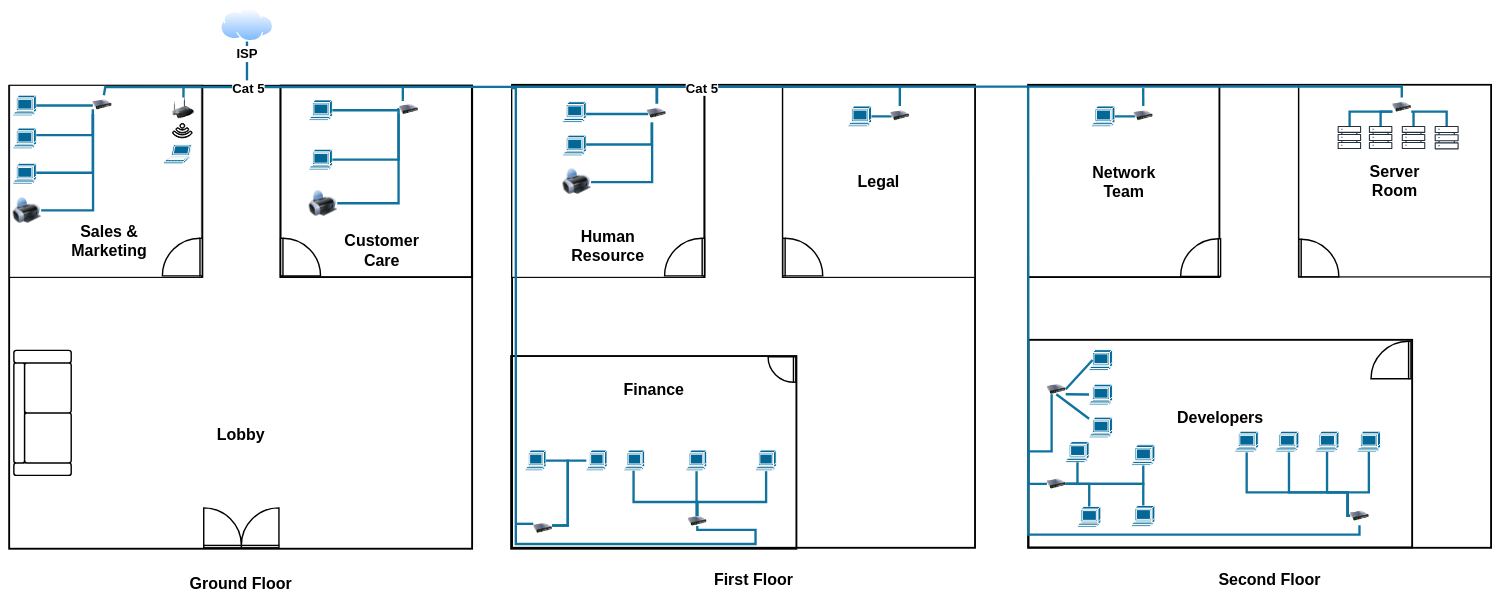
Earlier version of the draw.io diagram floorplan.drawio (mashihimasha/UPW_Diagrams). Source tidied: cells renumbered, new cells numbered last; positions are measured from the earlier drawing's top-left corner, leaving out a move shared by most shapes. Both pictures are drawn from the tidied source at 47%, with x=0, y=0 at pixel (-20, 8).
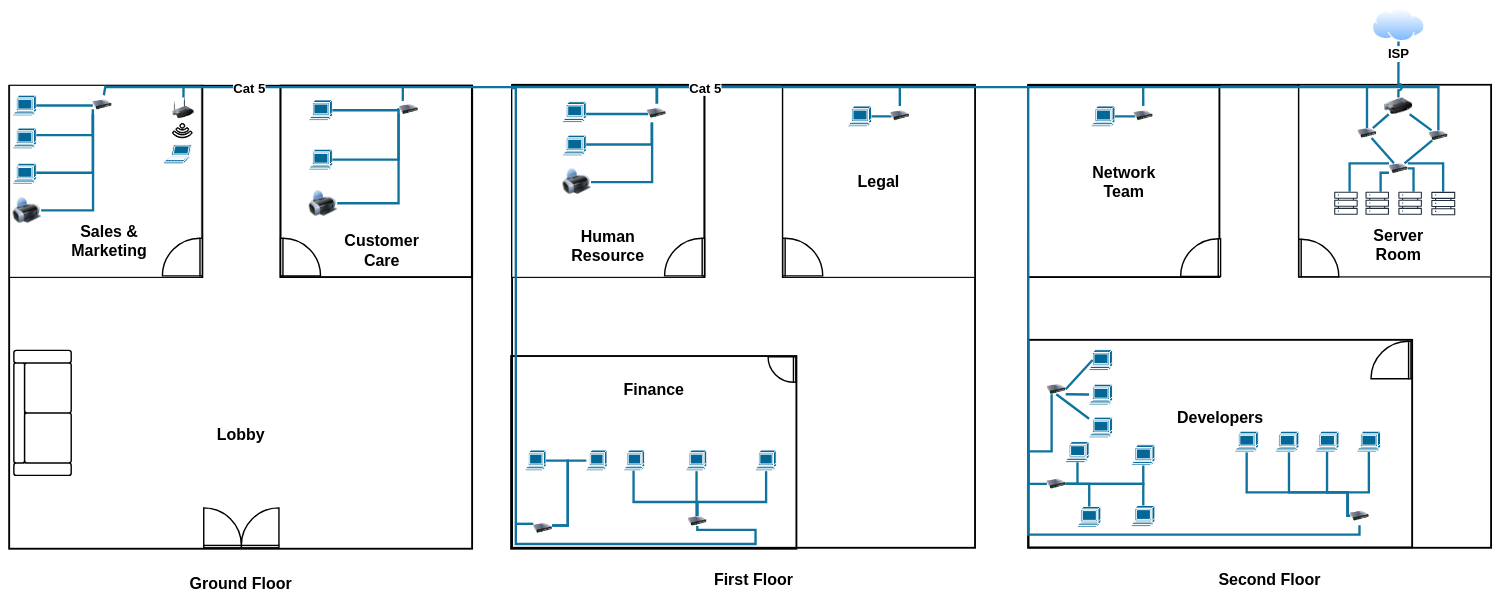
After the change.

Unchanged cells that the change refers to:
```xml
<mxCell id="2" style="whiteSpace=wrap;html=1;strokeWidth=4;" parent="1" vertex="1">
  <mxGeometry x="62" y="165" width="985" height="985" as="geometry" />
</mxCell>
<mxCell id="16" style="whiteSpace=wrap;html=1;" parent="15" vertex="1">
  <mxGeometry width="407" height="407" as="geometry" />
</mxCell>
<mxCell id="77" style="group;strokeColor=default;strokeWidth=4;" parent="1" vertex="1">
  <mxGeometry x="2806" y="164" width="407.5" height="407" as="geometry" />
</mxCell>
<mxCell id="78" style="whiteSpace=wrap;html=1;" parent="77" vertex="1">
  <mxGeometry x="0.5" width="407" height="407" as="geometry" />
</mxCell>
```

What changed in the source:
```diff
@@
     <mxCell id="80" value="&lt;font style=&quot;font-size: 34px;&quot;&gt;&lt;b&gt;Server Room&lt;/b&gt;&lt;/font&gt;" style="text;html=1;align=center;verticalAlign=middle;whiteSpace=wrap;rounded=0;" parent="77" vertex="1">
-      <mxGeometry x="139" y="188.5" width="130" height="30" as="geometry" />
+      <mxGeometry x="146.8" y="325" width="130" height="30" as="geometry" />
     </mxCell>
     <mxCell id="81" style="sketch=0;outlineConnect=0;fontColor=#232F3E;gradientColor=none;fillColor=#232F3D;strokeColor=none;dashed=0;verticalLabelPosition=bottom;verticalAlign=top;align=center;html=1;fontSize=12;fontStyle=0;shape=mxgraph.aws4.servers;" parent="77" vertex="1">
-      <mxGeometry x="82.5" y="86" width="50" height="50" as="geometry" />
+      <mxGeometry x="75.2" y="226" width="50" height="50" as="geometry" />
     </mxCell>
     <mxCell id="82" style="sketch=0;outlineConnect=0;fontColor=#232F3E;gradientColor=none;fillColor=#232F3D;strokeColor=none;dashed=0;verticalLabelPosition=bottom;verticalAlign=top;align=center;html=1;fontSize=12;fontStyle=0;shape=mxgraph.aws4.servers;" parent="77" vertex="1">
-      <mxGeometry x="289" y="86" width="51" height="51" as="geometry" />
+      <mxGeometry x="281.8" y="226" width="51" height="51" as="geometry" />
     </mxCell>
     <mxCell id="83" style="sketch=0;outlineConnect=0;fontColor=#232F3E;gradientColor=none;fillColor=#232F3D;strokeColor=none;dashed=0;verticalLabelPosition=bottom;verticalAlign=top;align=center;html=1;fontSize=12;fontStyle=0;shape=mxgraph.aws4.servers;" parent="77" vertex="1">
-      <mxGeometry x="149" y="86" width="50" height="50" as="geometry" />
+      <mxGeometry x="141.8" y="226" width="50" height="50" as="geometry" />
     </mxCell>
     <mxCell id="84" style="sketch=0;outlineConnect=0;fontColor=#232F3E;gradientColor=none;fillColor=#232F3D;strokeColor=none;dashed=0;verticalLabelPosition=bottom;verticalAlign=top;align=center;html=1;fontSize=12;fontStyle=0;shape=mxgraph.aws4.servers;" parent="77" vertex="1">
-      <mxGeometry x="219" y="86" width="50" height="50" as="geometry" />
+      <mxGeometry x="211.8" y="226" width="50" height="50" as="geometry" />
     </mxCell>
-    <mxCell id="85" style="edgeStyle=orthogonalEdgeStyle;rounded=0;jettySize=auto;html=1;exitX=0.5;exitY=0;exitDx=0;exitDy=0;endArrow=none;endFill=0;strokeWidth=5;fillColor=#b1ddf0;strokeColor=#10739e;" parent="77" edge="1" source="90" target="78">
-      <mxGeometry relative="1" as="geometry">
-        <Array as="points">
-          <mxPoint x="214" y="36" />
-          <mxPoint x="214" y="36" />
-        </Array>
-      </mxGeometry>
-    </mxCell>
     <mxCell id="86" style="edgeStyle=orthogonalEdgeStyle;rounded=0;jettySize=auto;html=1;endArrow=none;endFill=0;strokeWidth=5;fillColor=#b1ddf0;strokeColor=#10739e;" parent="77" edge="1" source="90" target="81">
       <mxGeometry relative="1" as="geometry">
         <Array as="points">
-          <mxPoint x="108" y="56" />
+          <mxPoint x="108" y="166" />
         </Array>
       </mxGeometry>
     </mxCell>
-    <mxCell id="87" style="edgeStyle=orthogonalEdgeStyle;rounded=0;jettySize=auto;html=1;exitX=0;exitY=0.75;exitDx=0;exitDy=0;endArrow=none;endFill=0;strokeWidth=5;fillColor=#b1ddf0;strokeColor=#10739e;" parent="77" edge="1" source="90" target="83">
-      <mxGeometry relative="1" as="geometry" />
+    <mxCell id="87" style="edgeStyle=orthogonalEdgeStyle;rounded=0;jettySize=auto;html=1;endArrow=none;endFill=0;strokeWidth=5;fillColor=#b1ddf0;strokeColor=#10739e;" parent="77" edge="1" source="90" target="83">
+      <mxGeometry relative="1" as="geometry">
+        <Array as="points">
+          <mxPoint x="174" y="186" />
+        </Array>
+      </mxGeometry>
     </mxCell>
-    <mxCell id="88" style="edgeStyle=orthogonalEdgeStyle;rounded=0;jettySize=auto;html=1;endArrow=none;endFill=0;strokeWidth=5;fillColor=#b1ddf0;strokeColor=#10739e;" parent="77" edge="1" target="84">
+    <mxCell id="88" style="edgeStyle=orthogonalEdgeStyle;rounded=0;jettySize=auto;html=1;endArrow=none;endFill=0;strokeWidth=5;fillColor=#b1ddf0;strokeColor=#10739e;" parent="77" edge="1" source="90" target="84">
       <mxGeometry relative="1" as="geometry">
-        <mxPoint x="244" y="56" as="sourcePoint" />
         <Array as="points">
-          <mxPoint x="244" y="66" />
+          <mxPoint x="244" y="177" />
         </Array>
       </mxGeometry>
     </mxCell>
-    <mxCell id="89" style="edgeStyle=orthogonalEdgeStyle;rounded=0;jettySize=auto;html=1;exitX=1;exitY=0.75;exitDx=0;exitDy=0;endArrow=none;endFill=0;strokeWidth=5;fillColor=#b1ddf0;strokeColor=#10739e;" parent="77" edge="1" source="90" target="82">
-      <mxGeometry relative="1" as="geometry" />
+    <mxCell id="89" style="edgeStyle=orthogonalEdgeStyle;rounded=0;jettySize=auto;html=1;endArrow=none;endFill=0;strokeWidth=5;fillColor=#b1ddf0;strokeColor=#10739e;" parent="77" edge="1" source="90" target="82">
+      <mxGeometry relative="1" as="geometry">
+        <Array as="points">
+          <mxPoint x="307" y="166" />
+        </Array>
+      </mxGeometry>
     </mxCell>
-    <mxCell id="90" style="image;html=1;image=img/lib/clip_art/networking/Switch_128x128.png;" parent="77" vertex="1">
-      <mxGeometry x="199" y="26" width="40" height="40" as="geometry" />
+    <mxCell id="90" style="image;html=1;image=img/lib/clip_art/networking/Switch_128x128.png;clipPath=inset(0% 0% 0% 0%);" parent="77" vertex="1">
+      <mxGeometry x="191.8" y="166" width="40" height="21.3" as="geometry" />
     </mxCell>
+    <mxCell id="136" style="rounded=0;jettySize=auto;html=1;endArrow=none;endFill=0;strokeWidth=5;fillColor=#b1ddf0;strokeColor=#10739e;" parent="77" edge="1" source="139" target="137">
+      <mxGeometry relative="1" as="geometry" />
+    </mxCell>
+    <mxCell id="137" style="image;html=1;image=img/lib/clip_art/networking/Router_128x128.png;clipPath=inset(0% 0% 0% 0%);" parent="77" vertex="1">
+      <mxGeometry x="181.8" y="26" width="60" height="35.6" as="geometry" />
+    </mxCell>
+    <mxCell id="138" style="rounded=0;jettySize=auto;html=1;endArrow=none;endFill=0;strokeWidth=5;fillColor=#b1ddf0;strokeColor=#10739e;" parent="77" edge="1" source="90" target="139">
+      <mxGeometry relative="1" as="geometry" />
+    </mxCell>
+    <mxCell id="139" style="image;html=1;image=img/lib/clip_art/networking/Switch_128x128.png;clipPath=inset(0% 0% 0% 0%);" parent="77" vertex="1">
+      <mxGeometry x="276.8" y="96" width="40" height="21.3" as="geometry" />
+    </mxCell>
+    <mxCell id="140" style="rounded=0;jettySize=auto;html=1;endArrow=none;endFill=0;strokeWidth=5;fillColor=#b1ddf0;strokeColor=#10739e;" parent="77" edge="1" source="142" target="137">
+      <mxGeometry relative="1" as="geometry" />
+    </mxCell>
+    <mxCell id="141" style="rounded=0;jettySize=auto;html=1;endArrow=none;endFill=0;strokeWidth=5;fillColor=#b1ddf0;strokeColor=#10739e;" parent="77" edge="1" source="90" target="142">
+      <mxGeometry relative="1" as="geometry" />
+    </mxCell>
+    <mxCell id="142" style="image;html=1;image=img/lib/clip_art/networking/Switch_128x128.png;clipPath=inset(0% 0% 0% 0%);" parent="77" vertex="1">
+      <mxGeometry x="125.2" y="91" width="40" height="21.3" as="geometry" />
+    </mxCell>
+    <mxCell id="143" style="rounded=0;jettySize=auto;html=1;endArrow=none;endFill=0;strokeWidth=5;fillColor=#b1ddf0;strokeColor=#10739e;" parent="77" edge="1" source="139">
+      <mxGeometry relative="1" as="geometry">
+        <mxPoint x="144" y="4" as="targetPoint" />
+        <Array as="points">
+          <mxPoint x="297" y="4" />
+        </Array>
+      </mxGeometry>
+    </mxCell>
@@
-    <mxCell id="124" style="edgeStyle=orthogonalEdgeStyle;rounded=0;jettySize=auto;html=1;exitX=0.5;exitY=1;exitDx=0;exitDy=0;endArrow=none;endFill=0;fillColor=#b1ddf0;strokeColor=#10739e;strokeWidth=5;entryX=0.516;entryY=0.001;entryDx=0;entryDy=0;entryPerimeter=0;" parent="1" edge="1" source="135" target="2">
-      <mxGeometry relative="1" as="geometry">
-        <Array as="points">
-          <mxPoint x="568" y="166" />
-        </Array>
-      </mxGeometry>
-    </mxCell>
-    <mxCell id="125" style="endArrow=none;html=1;rounded=0;fillColor=#b1ddf0;strokeColor=#10739e;strokeWidth=5;exitX=0.501;exitY=0.007;exitDx=0;exitDy=0;exitPerimeter=0;entryX=0.536;entryY=0.006;entryDx=0;entryDy=0;entryPerimeter=0;" parent="1" edge="1" source="16" target="78">
-      <mxGeometry relative="1" as="geometry" />
+    <mxCell id="125" style="endArrow=none;html=1;rounded=0;fillColor=#b1ddf0;strokeColor=#10739e;strokeWidth=5;exitX=0.501;exitY=0.007;exitDx=0;exitDy=0;exitPerimeter=0;edgeStyle=orthogonalEdgeStyle;" parent="1" edge="1" source="16" target="142">
+      <mxGeometry relative="1" as="geometry">
+        <Array as="points">
+          <mxPoint x="2951" y="168" />
+        </Array>
+      </mxGeometry>
     </mxCell>
@@
+    <mxCell id="85" style="edgeStyle=orthogonalEdgeStyle;rounded=0;jettySize=auto;html=1;endArrow=none;endFill=0;strokeWidth=5;fillColor=#b1ddf0;strokeColor=#10739e;jumpStyle=arc;" parent="1" edge="1" source="137" target="135">
+      <mxGeometry relative="1" as="geometry" />
+    </mxCell>
     <mxCell id="135" value="ISP" style="image;perimeter=ellipsePerimeter;html=1;align=center;shadow=0;dashed=0;spacingTop=3;image=img/lib/active_directory/internet_cloud.svg;fontStyle=1;fontSize=28;" parent="1" vertex="1">
-      <mxGeometry x="512" width="112" height="70.6" as="geometry" />
+      <mxGeometry x="2962" width="112" height="70.6" as="geometry" />
     </mxCell>
```
